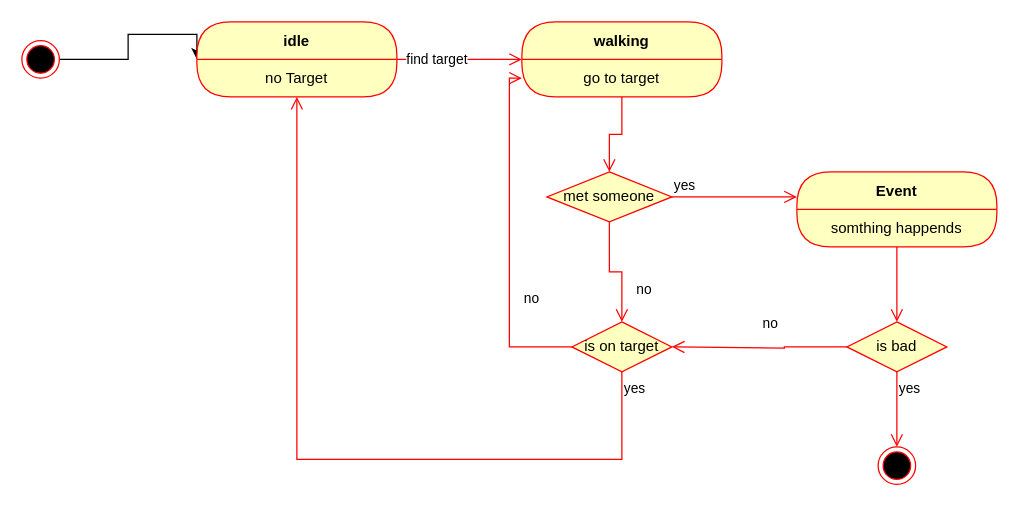
Earlier version of the draw.io diagram machine_flow_chart.drawio (KacKep/city_simulator). Source tidied: cells renumbered, new cells numbered last; positions are measured from the earlier drawing's top-left corner, leaving out a move shared by most shapes. Both pictures are drawn from the tidied source at 125%, with x=0, y=0 at pixel (21, 21).
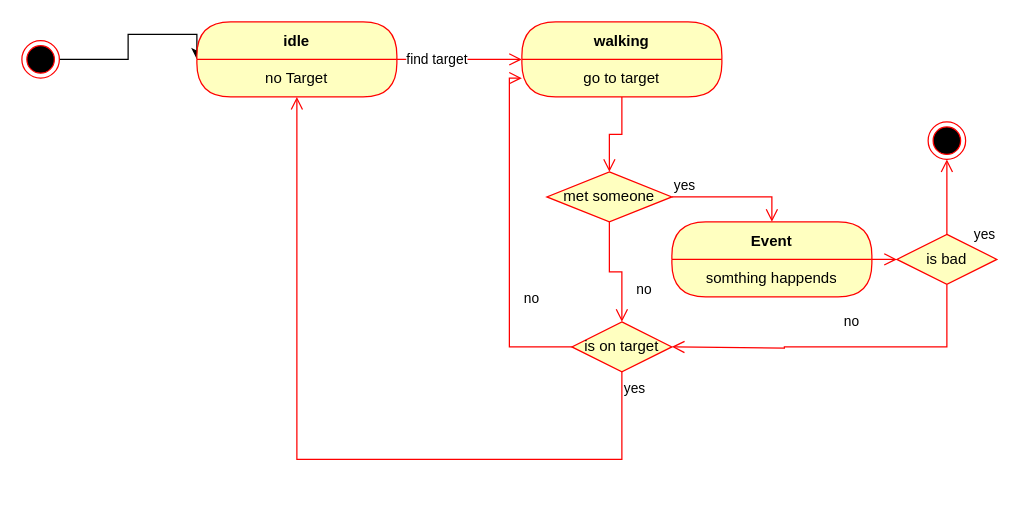
After the change.

Unchanged cells that the change refers to:
```xml
<mxCell id="12" value="met someone" style="rhombus;whiteSpace=wrap;html=1;fontColor=#000000;fillColor=#ffffc0;strokeColor=#ff0000;" parent="1" vertex="1">
  <mxGeometry x="420" y="120" width="100" height="40" as="geometry" />
</mxCell>
```

What changed in the source:
```diff
@@
     <mxCell id="2" style="ellipse;html=1;shape=endState;fillColor=#000000;strokeColor=#ff0000;" parent="1" vertex="1">
-      <mxGeometry x="685" y="340" width="30" height="30" as="geometry" />
+      <mxGeometry x="725" y="80" width="30" height="30" as="geometry" />
     </mxCell>
@@
-    <mxCell id="13" value="yes" style="edgeStyle=orthogonalEdgeStyle;html=1;align=left;verticalAlign=bottom;endArrow=open;endSize=8;strokeColor=#ff0000;rounded=0;" parent="1" edge="1" source="12">
+    <mxCell id="13" value="yes" style="edgeStyle=orthogonalEdgeStyle;html=1;align=left;verticalAlign=bottom;endArrow=open;endSize=8;strokeColor=#ff0000;rounded=0;entryX=0.5;entryY=0;entryDx=0;entryDy=0;" parent="1" edge="1" source="12" target="15">
       <mxGeometry x="-1" relative="1" as="geometry">
-        <mxPoint x="620" y="140" as="targetPoint" />
+        <Array as="points">
+          <mxPoint x="600" y="140" />
+        </Array>
       </mxGeometry>
     </mxCell>
@@
     <mxCell id="15" value="Event" style="swimlane;fontStyle=1;align=center;verticalAlign=middle;horizontal=1;startSize=30;fontColor=#000000;rounded=1;arcSize=30;strokeColor=#ff0000;fillColor=#ffffc0;swimlaneFillColor=#ffffc0;" parent="1" vertex="1">
-      <mxGeometry x="620" y="120" width="160" height="60" as="geometry" />
+      <mxGeometry x="520" y="160" width="160" height="60" as="geometry" />
     </mxCell>
@@
-    <mxCell id="17" style="edgeStyle=orthogonalEdgeStyle;html=1;verticalAlign=bottom;endArrow=open;endSize=8;strokeColor=#ff0000;rounded=0;" parent="1" edge="1" source="15">
-      <mxGeometry relative="1" as="geometry">
-        <mxPoint x="700" y="240" as="targetPoint" />
-      </mxGeometry>
+    <mxCell id="17" style="edgeStyle=orthogonalEdgeStyle;html=1;verticalAlign=bottom;endArrow=open;endSize=8;strokeColor=#ff0000;rounded=0;entryX=0;entryY=0.5;entryDx=0;entryDy=0;" parent="1" edge="1" source="15" target="18">
+      <mxGeometry relative="1" as="geometry" />
     </mxCell>
     <mxCell id="18" value="is bad" style="rhombus;whiteSpace=wrap;html=1;fontColor=#000000;fillColor=#ffffc0;strokeColor=#ff0000;" parent="1" vertex="1">
-      <mxGeometry x="660" y="240" width="80" height="40" as="geometry" />
+      <mxGeometry x="700" y="170" width="80" height="40" as="geometry" />
     </mxCell>
@@
-    <mxCell id="20" value="yes" style="edgeStyle=orthogonalEdgeStyle;html=1;align=left;verticalAlign=top;endArrow=open;endSize=8;strokeColor=#ff0000;rounded=0;" parent="1" edge="1" source="18">
-      <mxGeometry x="-1" relative="1" as="geometry">
-        <mxPoint x="700" y="340" as="targetPoint" />
-      </mxGeometry>
+    <mxCell id="20" value="yes" style="edgeStyle=orthogonalEdgeStyle;html=1;align=left;verticalAlign=top;endArrow=open;endSize=8;strokeColor=#ff0000;rounded=0;entryX=0.5;entryY=1;entryDx=0;entryDy=0;" parent="1" edge="1" source="18" target="2">
+      <mxGeometry x="-0.58" y="-20" relative="1" as="geometry" />
     </mxCell>
```
